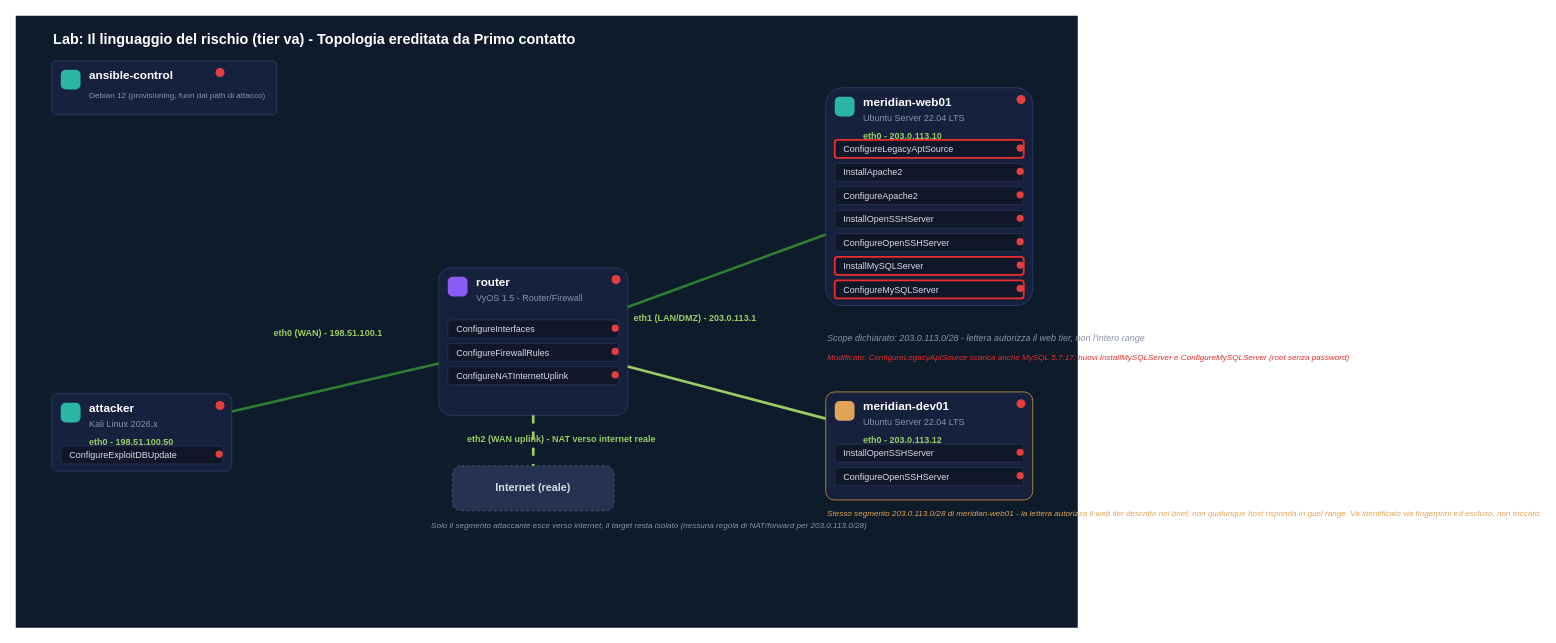
This is docs/labs/risk-language/risk-language-topology.drawio from leoleo1010/CPPT, a draw.io file, before an edit. Source tidied: cells renumbered, new cells numbered last; positions are measured from the earlier drawing's top-left corner, leaving out a move shared by most shapes. Both pictures are drawn from the tidied source at 90%, with x=0, y=0 at pixel (15, 15).
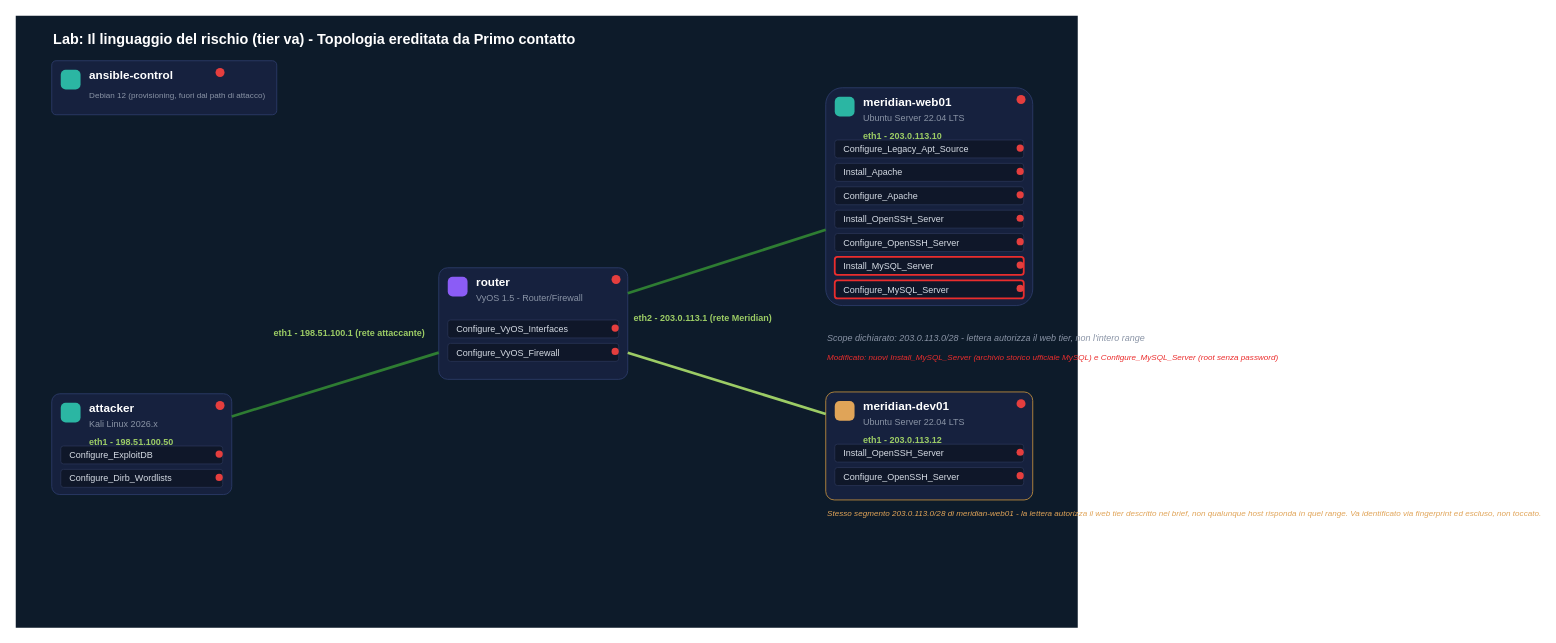
The same diagram, later.

Commit message (it also covers changes not shown here):
Fix risk-language lab: rename Ansible roles to catalog convention, correct MySQL 5.7.17 origin, fix network diagrams, expand searchsploit solution

Diff of the diagram source:
```diff
@@
     <mxCell id="9" style="rounded=1;arcSize=8;whiteSpace=wrap;html=1;fillColor=#16213E;strokeColor=#2B3A67;" parent="1" vertex="1">
-      <mxGeometry x="40" y="420" width="200" height="86" as="geometry" />
+      <mxGeometry x="40" y="420" width="200" height="112" as="geometry" />
     </mxCell>
@@
-    <mxCell id="14" value="ConfigureExploitDBUpdate" style="rounded=1;arcSize=15;whiteSpace=wrap;html=1;fillColor=#0F1729;strokeColor=#263252;fontColor=#D6DCE5;fontSize=10;align=left;spacingLeft=8;" parent="1" vertex="1">
+    <mxCell id="14" value="Configure_ExploitDB" style="rounded=1;arcSize=15;whiteSpace=wrap;html=1;fillColor=#0F1729;strokeColor=#263252;fontColor=#D6DCE5;fontSize=10;align=left;spacingLeft=8;" parent="1" vertex="1">
       <mxGeometry x="50" y="478" width="180" height="20" as="geometry" />
     </mxCell>
@@
+    <mxCell id="70" value="Configure_Dirb_Wordlists" style="rounded=1;arcSize=15;whiteSpace=wrap;html=1;fillColor=#0F1729;strokeColor=#263252;fontColor=#D6DCE5;fontSize=10;align=left;spacingLeft=8;" parent="1" vertex="1">
+      <mxGeometry x="50" y="504" width="180" height="20" as="geometry" />
+    </mxCell>
+    <mxCell id="71" style="ellipse;whiteSpace=wrap;html=1;fillColor=#E53E3E;strokeColor=none;" parent="1" vertex="1">
+      <mxGeometry x="222" y="509" width="8" height="8" as="geometry" />
+    </mxCell>
     <mxCell id="16" style="rounded=1;arcSize=8;whiteSpace=wrap;html=1;fillColor=#16213E;strokeColor=#2B3A67;" parent="1" vertex="1">
-      <mxGeometry x="470" y="280" width="210" height="164" as="geometry" />
+      <mxGeometry x="470" y="280" width="210" height="124" as="geometry" />
     </mxCell>
@@
-    <mxCell id="21" value="ConfigureInterfaces" style="rounded=1;arcSize=15;whiteSpace=wrap;html=1;fillColor=#0F1729;strokeColor=#263252;fontColor=#D6DCE5;fontSize=10;align=left;spacingLeft=8;" parent="1" vertex="1">
+    <mxCell id="21" value="Configure_VyOS_Interfaces" style="rounded=1;arcSize=15;whiteSpace=wrap;html=1;fillColor=#0F1729;strokeColor=#263252;fontColor=#D6DCE5;fontSize=10;align=left;spacingLeft=8;" parent="1" vertex="1">
       <mxGeometry x="480" y="338" width="190" height="20" as="geometry" />
     </mxCell>
@@
-    <mxCell id="23" value="ConfigureFirewallRules" style="rounded=1;arcSize=15;whiteSpace=wrap;html=1;fillColor=#0F1729;strokeColor=#263252;fontColor=#D6DCE5;fontSize=10;align=left;spacingLeft=8;" parent="1" vertex="1">
+    <mxCell id="23" value="Configure_VyOS_Firewall" style="rounded=1;arcSize=15;whiteSpace=wrap;html=1;fillColor=#0F1729;strokeColor=#263252;fontColor=#D6DCE5;fontSize=10;align=left;spacingLeft=8;" parent="1" vertex="1">
       <mxGeometry x="480" y="364" width="190" height="20" as="geometry" />
     </mxCell>
@@
-    <mxCell id="25" value="ConfigureNATInternetUplink" style="rounded=1;arcSize=15;whiteSpace=wrap;html=1;fillColor=#0F1729;strokeColor=#263252;fontColor=#D6DCE5;fontSize=10;align=left;spacingLeft=8;" parent="1" vertex="1">
-      <mxGeometry x="480" y="390" width="190" height="20" as="geometry" />
-    </mxCell>
-    <mxCell id="26" style="ellipse;whiteSpace=wrap;html=1;fillColor=#E53E3E;strokeColor=none;" parent="1" vertex="1">
-      <mxGeometry x="662" y="395" width="8" height="8" as="geometry" />
-    </mxCell>
-    <mxCell id="27" value="Internet (reale)" style="rounded=1;arcSize=20;whiteSpace=wrap;html=1;fillColor=#263252;strokeColor=#4A5A7A;dashed=1;fontColor=#D6DCE5;fontSize=12;fontStyle=1;" parent="1" vertex="1">
-      <mxGeometry x="485" y="500" width="180" height="50" as="geometry" />
-    </mxCell>
@@
-    <mxCell id="33" value="ConfigureLegacyAptSource" style="rounded=1;arcSize=15;whiteSpace=wrap;html=1;fillColor=#0F1729;strokeColor=#EB2D2D;strokeWidth=2;fontColor=#D6DCE5;fontSize=10;align=left;spacingLeft=8;" parent="1" vertex="1">
+    <mxCell id="33" value="Configure_Legacy_Apt_Source" style="rounded=1;arcSize=15;whiteSpace=wrap;html=1;fillColor=#0F1729;strokeColor=#263252;fontColor=#D6DCE5;fontSize=10;align=left;spacingLeft=8;" parent="1" vertex="1">
       <mxGeometry x="910" y="138" width="210" height="20" as="geometry" />
     </mxCell>
@@
-    <mxCell id="35" value="InstallApache2" style="rounded=1;arcSize=15;whiteSpace=wrap;html=1;fillColor=#0F1729;strokeColor=#263252;fontColor=#D6DCE5;fontSize=10;align=left;spacingLeft=8;" parent="1" vertex="1">
+    <mxCell id="35" value="Install_Apache" style="rounded=1;arcSize=15;whiteSpace=wrap;html=1;fillColor=#0F1729;strokeColor=#263252;fontColor=#D6DCE5;fontSize=10;align=left;spacingLeft=8;" parent="1" vertex="1">
       <mxGeometry x="910" y="164" width="210" height="20" as="geometry" />
     </mxCell>
@@
-    <mxCell id="37" value="ConfigureApache2" style="rounded=1;arcSize=15;whiteSpace=wrap;html=1;fillColor=#0F1729;strokeColor=#263252;fontColor=#D6DCE5;fontSize=10;align=left;spacingLeft=8;" parent="1" vertex="1">
+    <mxCell id="37" value="Configure_Apache" style="rounded=1;arcSize=15;whiteSpace=wrap;html=1;fillColor=#0F1729;strokeColor=#263252;fontColor=#D6DCE5;fontSize=10;align=left;spacingLeft=8;" parent="1" vertex="1">
       <mxGeometry x="910" y="190" width="210" height="20" as="geometry" />
     </mxCell>
@@
-    <mxCell id="39" value="InstallOpenSSHServer" style="rounded=1;arcSize=15;whiteSpace=wrap;html=1;fillColor=#0F1729;strokeColor=#263252;fontColor=#D6DCE5;fontSize=10;align=left;spacingLeft=8;" parent="1" vertex="1">
+    <mxCell id="39" value="Install_OpenSSH_Server" style="rounded=1;arcSize=15;whiteSpace=wrap;html=1;fillColor=#0F1729;strokeColor=#263252;fontColor=#D6DCE5;fontSize=10;align=left;spacingLeft=8;" parent="1" vertex="1">
       <mxGeometry x="910" y="216" width="210" height="20" as="geometry" />
     </mxCell>
@@
-    <mxCell id="41" value="ConfigureOpenSSHServer" style="rounded=1;arcSize=15;whiteSpace=wrap;html=1;fillColor=#0F1729;strokeColor=#263252;fontColor=#D6DCE5;fontSize=10;align=left;spacingLeft=8;" parent="1" vertex="1">
+    <mxCell id="41" value="Configure_OpenSSH_Server" style="rounded=1;arcSize=15;whiteSpace=wrap;html=1;fillColor=#0F1729;strokeColor=#263252;fontColor=#D6DCE5;fontSize=10;align=left;spacingLeft=8;" parent="1" vertex="1">
       <mxGeometry x="910" y="242" width="210" height="20" as="geometry" />
     </mxCell>
@@
-    <mxCell id="43" value="InstallMySQLServer" style="rounded=1;arcSize=15;whiteSpace=wrap;html=1;fillColor=#0F1729;strokeColor=#EB2D2D;strokeWidth=2;fontColor=#D6DCE5;fontSize=10;align=left;spacingLeft=8;" parent="1" vertex="1">
+    <mxCell id="43" value="Install_MySQL_Server" style="rounded=1;arcSize=15;whiteSpace=wrap;html=1;fillColor=#0F1729;strokeColor=#EB2D2D;strokeWidth=2;fontColor=#D6DCE5;fontSize=10;align=left;spacingLeft=8;" parent="1" vertex="1">
       <mxGeometry x="910" y="268" width="210" height="20" as="geometry" />
     </mxCell>
@@
-    <mxCell id="45" value="ConfigureMySQLServer" style="rounded=1;arcSize=15;whiteSpace=wrap;html=1;fillColor=#0F1729;strokeColor=#EB2D2D;strokeWidth=2;fontColor=#D6DCE5;fontSize=10;align=left;spacingLeft=8;" parent="1" vertex="1">
+    <mxCell id="45" value="Configure_MySQL_Server" style="rounded=1;arcSize=15;whiteSpace=wrap;html=1;fillColor=#0F1729;strokeColor=#EB2D2D;strokeWidth=2;fontColor=#D6DCE5;fontSize=10;align=left;spacingLeft=8;" parent="1" vertex="1">
       <mxGeometry x="910" y="294" width="210" height="20" as="geometry" />
     </mxCell>
@@
-    <mxCell id="48" value="eth0 - 198.51.100.50" style="text;html=1;fontSize=10;fontColor=#9CCC65;fontStyle=1;" parent="1" vertex="1">
+    <mxCell id="48" value="eth1 - 198.51.100.50" style="text;html=1;fontSize=10;fontColor=#9CCC65;fontStyle=1;" parent="1" vertex="1">
       <mxGeometry x="80" y="461" width="150" height="14" as="geometry" />
     </mxCell>
-    <mxCell id="49" value="eth0 (WAN) - 198.51.100.1" style="text;html=1;fontSize=10;fontColor=#9CCC65;fontStyle=1;" parent="1" vertex="1">
-      <mxGeometry x="285" y="340" width="180" height="18" as="geometry" />
+    <mxCell id="49" value="eth1 - 198.51.100.1 (rete attaccante)" style="text;html=1;fontSize=10;fontColor=#9CCC65;fontStyle=1;" parent="1" vertex="1">
+      <mxGeometry x="285" y="340" width="220" height="18" as="geometry" />
     </mxCell>
@@
-    <mxCell id="51" value="eth1 (LAN/DMZ) - 203.0.113.1" style="text;html=1;fontSize=10;fontColor=#9CCC65;fontStyle=1;" parent="1" vertex="1">
+    <mxCell id="51" value="eth2 - 203.0.113.1 (rete Meridian)" style="text;html=1;fontSize=10;fontColor=#9CCC65;fontStyle=1;" parent="1" vertex="1">
       <mxGeometry x="685" y="324" width="200" height="16" as="geometry" />
     </mxCell>
-    <mxCell id="52" value="eth0 - 203.0.113.10" style="text;html=1;fontSize=10;fontColor=#9CCC65;fontStyle=1;" parent="1" vertex="1">
+    <mxCell id="52" value="eth1 - 203.0.113.10" style="text;html=1;fontSize=10;fontColor=#9CCC65;fontStyle=1;" parent="1" vertex="1">
       <mxGeometry x="940" y="121" width="170" height="14" as="geometry" />
     </mxCell>
@@
-    <mxCell id="54" value="Modificato: ConfigureLegacyAptSource scarica anche MySQL 5.7.17; nuovi InstallMySQLServer e ConfigureMySQLServer (root senza password)" style="text;html=1;fontSize=9;fontColor=#EB2D2D;fontStyle=2;" parent="1" vertex="1">
+    <mxCell id="54" value="Modificato: nuovi Install_MySQL_Server (archivio storico ufficiale MySQL) e Configure_MySQL_Server (root senza password)" style="text;html=1;fontSize=9;fontColor=#EB2D2D;fontStyle=2;" parent="1" vertex="1">
       <mxGeometry x="900" y="368" width="260" height="40" as="geometry" />
     </mxCell>
-    <mxCell id="55" style="endArrow=none;html=1;strokeColor=#9CCC65;strokeWidth=3;dashed=1;" parent="1" edge="1" source="16" target="27">
-      <mxGeometry relative="1" as="geometry" />
-    </mxCell>
-    <mxCell id="56" value="eth2 (WAN uplink) - NAT verso internet reale" style="text;html=1;fontSize=10;fontColor=#9CCC65;fontStyle=1;" parent="1" vertex="1">
-      <mxGeometry x="500" y="458" width="260" height="18" as="geometry" />
-    </mxCell>
-    <mxCell id="57" value="Solo il segmento attaccante esce verso internet; il target resta isolato (nessuna regola di NAT/forward per 203.0.113.0/28)" style="text;html=1;fontSize=9;fontColor=#8A94A6;fontStyle=2;" parent="1" vertex="1">
-      <mxGeometry x="460" y="555" width="260" height="30" as="geometry" />
-    </mxCell>
@@
-    <mxCell id="63" value="InstallOpenSSHServer" style="rounded=1;arcSize=15;whiteSpace=wrap;html=1;fillColor=#0F1729;strokeColor=#263252;fontColor=#D6DCE5;fontSize=10;align=left;spacingLeft=8;" parent="1" vertex="1">
+    <mxCell id="63" value="Install_OpenSSH_Server" style="rounded=1;arcSize=15;whiteSpace=wrap;html=1;fillColor=#0F1729;strokeColor=#263252;fontColor=#D6DCE5;fontSize=10;align=left;spacingLeft=8;" parent="1" vertex="1">
       <mxGeometry x="910" y="476" width="210" height="20" as="geometry" />
     </mxCell>
@@
-    <mxCell id="65" value="ConfigureOpenSSHServer" style="rounded=1;arcSize=15;whiteSpace=wrap;html=1;fillColor=#0F1729;strokeColor=#263252;fontColor=#D6DCE5;fontSize=10;align=left;spacingLeft=8;" parent="1" vertex="1">
+    <mxCell id="65" value="Configure_OpenSSH_Server" style="rounded=1;arcSize=15;whiteSpace=wrap;html=1;fillColor=#0F1729;strokeColor=#263252;fontColor=#D6DCE5;fontSize=10;align=left;spacingLeft=8;" parent="1" vertex="1">
       <mxGeometry x="910" y="502" width="210" height="20" as="geometry" />
     </mxCell>
@@
-    <mxCell id="68" value="eth0 - 203.0.113.12" style="text;html=1;fontSize=10;fontColor=#9CCC65;fontStyle=1;" parent="1" vertex="1">
+    <mxCell id="68" value="eth1 - 203.0.113.12" style="text;html=1;fontSize=10;fontColor=#9CCC65;fontStyle=1;" parent="1" vertex="1">
       <mxGeometry x="940" y="459" width="170" height="14" as="geometry" />
     </mxCell>
```
